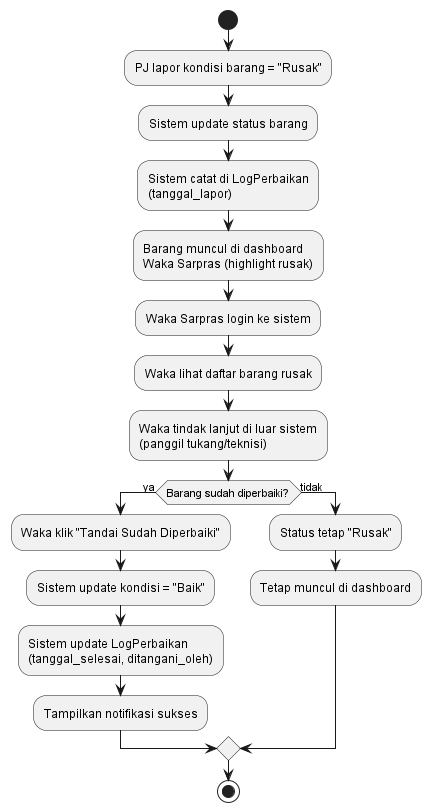
Above: daftar semua digram untuk bab lampiran/flowchartbarangRusak/SIPRAS-NT_Flowchart_TindakRusak.png in Aris0506/sipras-nt (PlantUML), before the change.
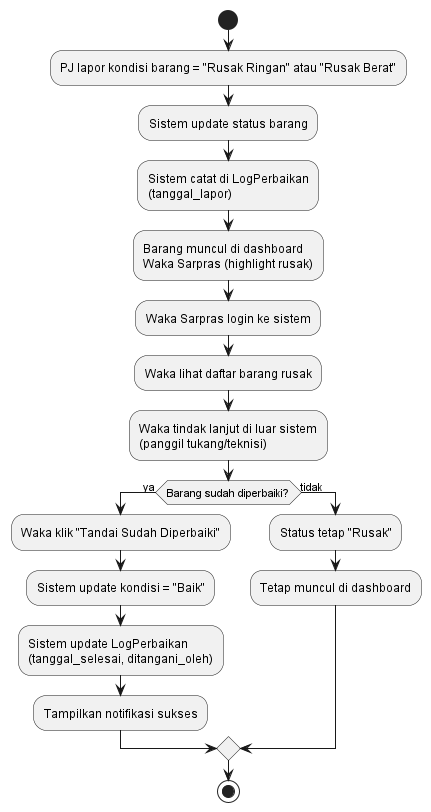
After the commit.

Commit message:
feat: dukung kondisi barang tiga level

The edit, as a diff of the source:
```diff
@@ -1,6 +1,6 @@
 @startuml SIPRAS-NT_Flowchart_TindakRusak
 start
-:PJ lapor kondisi barang = "Rusak";
+:PJ lapor kondisi barang = "Rusak Ringan" atau "Rusak Berat";
 :Sistem update status barang;
 :Sistem catat di LogPerbaikan
 (tanggal_lapor);
```
